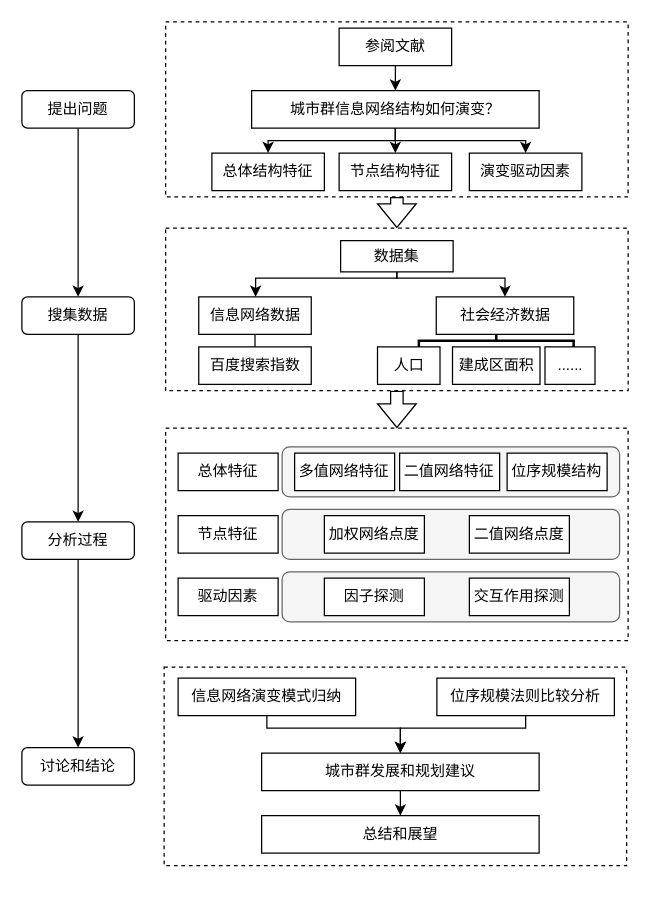
The draw.io diagram 0415.drawio in PhysicsZhang/KnowledgeGraph, before the edit. Source tidied: cells renumbered, new cells numbered last; positions are measured from the earlier drawing's top-left corner, leaving out a move shared by most shapes. Both pictures are drawn from the tidied source at 125%, with x=0, y=0 at pixel (21, 21).
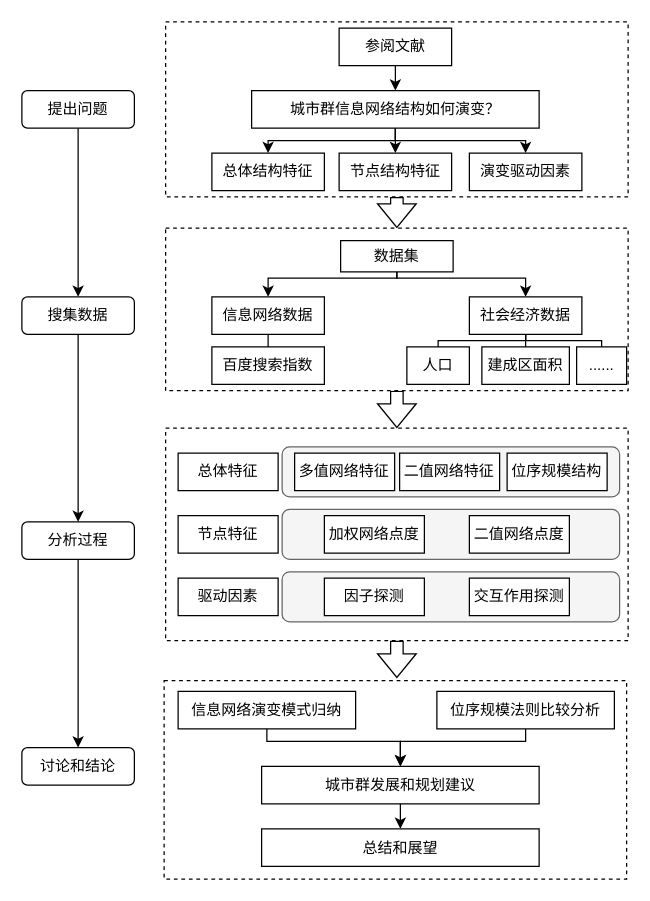
Above is the later version.

Unchanged cells that the change refers to:
```xml
<mxCell id="2" style="rounded=0;whiteSpace=wrap;html=1;dashed=1;" parent="1" vertex="1">
  <mxGeometry x="115" y="325" width="370" height="170" as="geometry" />
</mxCell>
<mxCell id="25" value="数据集" style="rounded=0;whiteSpace=wrap;html=1;" parent="1" vertex="1">
  <mxGeometry x="255" y="175" width="90" height="25" as="geometry" />
</mxCell>
```

The edit, as a diff of the source:
```diff
@@
+    <mxCell id="24" style="edgeStyle=orthogonalEdgeStyle;rounded=0;jettySize=auto;html=1;exitX=0.5;exitY=1;exitDx=0;exitDy=0;entryX=0.5;entryY=0;entryDx=0;entryDy=0;" parent="1" edge="1" source="25" target="28">
+      <mxGeometry relative="1" as="geometry">
+        <Array as="points">
+          <mxPoint x="300" y="205" />
+          <mxPoint x="403" y="205" />
+        </Array>
+      </mxGeometry>
+    </mxCell>
     <mxCell id="23" style="edgeStyle=orthogonalEdgeStyle;rounded=0;jettySize=auto;html=1;exitX=0.5;exitY=1;exitDx=0;exitDy=0;" parent="1" edge="1" source="25" target="27">
       <mxGeometry relative="1" as="geometry">
         <Array as="points">
           <mxPoint x="300" y="205" />
-          <mxPoint x="187" y="205" />
+          <mxPoint x="197" y="205" />
         </Array>
       </mxGeometry>
     </mxCell>
-    <mxCell id="24" style="edgeStyle=orthogonalEdgeStyle;rounded=0;jettySize=auto;html=1;exitX=0.5;exitY=1;exitDx=0;exitDy=0;entryX=0.5;entryY=0;entryDx=0;entryDy=0;" parent="1" edge="1" source="25" target="28">
-      <mxGeometry relative="1" as="geometry">
-        <Array as="points">
-          <mxPoint x="300" y="205" />
-          <mxPoint x="387" y="205" />
-        </Array>
-      </mxGeometry>
-    </mxCell>
@@
     <mxCell id="27" value="信息网络数据" style="rounded=0;whiteSpace=wrap;html=1;" parent="1" vertex="1">
-      <mxGeometry x="141.5" y="220" width="90" height="30" as="geometry" />
+      <mxGeometry x="152" y="220" width="90" height="30" as="geometry" />
     </mxCell>
+    <mxCell id="55" style="edgeStyle=orthogonalEdgeStyle;rounded=0;jettySize=auto;html=1;exitX=0.5;exitY=1;exitDx=0;exitDy=0;entryX=0.5;entryY=0;entryDx=0;entryDy=0;endArrow=none;endFill=0;" parent="1" edge="1" source="28" target="31">
+      <mxGeometry relative="1" as="geometry" />
+    </mxCell>
+    <mxCell id="56" style="edgeStyle=orthogonalEdgeStyle;rounded=0;jettySize=auto;html=1;exitX=0.5;exitY=1;exitDx=0;exitDy=0;entryX=0.5;entryY=0;entryDx=0;entryDy=0;endArrow=none;endFill=0;" parent="1" edge="1" source="28" target="32">
+      <mxGeometry relative="1" as="geometry">
+        <Array as="points">
+          <mxPoint x="403" y="255" />
+          <mxPoint x="464" y="255" />
+        </Array>
+      </mxGeometry>
+    </mxCell>
+    <mxCell id="57" style="edgeStyle=orthogonalEdgeStyle;rounded=0;jettySize=auto;html=1;exitX=0.5;exitY=1;exitDx=0;exitDy=0;entryX=0.5;entryY=0;entryDx=0;entryDy=0;endArrow=none;endFill=0;" parent="1" edge="1" source="28" target="30">
+      <mxGeometry relative="1" as="geometry">
+        <Array as="points">
+          <mxPoint x="403" y="255" />
+          <mxPoint x="333" y="255" />
+        </Array>
+      </mxGeometry>
+    </mxCell>
     <mxCell id="28" value="社会经济数据" style="rounded=0;whiteSpace=wrap;html=1;" parent="1" vertex="1">
-      <mxGeometry x="331.5" y="220" width="110" height="30" as="geometry" />
+      <mxGeometry x="358" y="220" width="90" height="30" as="geometry" />
     </mxCell>
     <mxCell id="29" value="百度搜索指数" style="rounded=0;whiteSpace=wrap;html=1;" parent="1" vertex="1">
-      <mxGeometry x="141.5" y="260" width="90" height="30" as="geometry" />
+      <mxGeometry x="152" y="260" width="90" height="30" as="geometry" />
     </mxCell>
     <mxCell id="30" value="人口" style="rounded=0;whiteSpace=wrap;html=1;" parent="1" vertex="1">
-      <mxGeometry x="284.5" y="260" width="50" height="30" as="geometry" />
+      <mxGeometry x="308" y="260" width="50" height="30" as="geometry" />
     </mxCell>
     <mxCell id="31" value="建成区面积" style="rounded=0;whiteSpace=wrap;html=1;" parent="1" vertex="1">
-      <mxGeometry x="344.5" y="260" width="70" height="30" as="geometry" />
+      <mxGeometry x="368" y="260" width="70" height="30" as="geometry" />
     </mxCell>
     <mxCell id="32" value="......" style="rounded=0;whiteSpace=wrap;html=1;" parent="1" vertex="1">
-      <mxGeometry x="418.5" y="260" width="40" height="30" as="geometry" />
+      <mxGeometry x="443.8" y="260" width="40" height="30" as="geometry" />
     </mxCell>
-    <mxCell id="33" style="strokeWidth=2;html=1;shape=mxgraph.flowchart.annotation_2;align=left;labelPosition=right;rotation=90;" parent="1" vertex="1">
-      <mxGeometry x="374.5" y="193.1" width="10" height="123.8" as="geometry" />
-    </mxCell>
@@
     <mxCell id="35" style="rounded=0;whiteSpace=wrap;html=1;dashed=1;" parent="1" vertex="1">
-      <mxGeometry x="113.8" y="516.2" width="370" height="158.8" as="geometry" />
+      <mxGeometry x="113.8" y="526.9" width="370" height="158.8" as="geometry" />
     </mxCell>
     <mxCell id="36" style="edgeStyle=orthogonalEdgeStyle;rounded=0;jettySize=auto;html=1;exitX=0.5;exitY=1;exitDx=0;exitDy=0;entryX=0.5;entryY=0;entryDx=0;entryDy=0;" parent="1" edge="1" source="37" target="39">
       <mxGeometry relative="1" as="geometry">
         <Array as="points">
-          <mxPoint x="196" y="565" />
-          <mxPoint x="303" y="565" />
+          <mxPoint x="196" y="575.6" />
+          <mxPoint x="303" y="575.6" />
         </Array>
       </mxGeometry>
     </mxCell>
     <mxCell id="37" value="信息网络演变模式归纳" style="rounded=0;whiteSpace=wrap;html=1;" parent="1" vertex="1">
-      <mxGeometry x="125" y="525" width="142" height="30" as="geometry" />
+      <mxGeometry x="125" y="535.6" width="142" height="30" as="geometry" />
     </mxCell>
@@
     <mxCell id="39" value="城市群发展和规划建议" style="rounded=0;whiteSpace=wrap;html=1;" parent="1" vertex="1">
-      <mxGeometry x="191.8" y="585" width="222" height="30" as="geometry" />
+      <mxGeometry x="191.8" y="595.6" width="222" height="30" as="geometry" />
     </mxCell>
@@
     <mxCell id="52" style="edgeStyle=orthogonalEdgeStyle;rounded=0;jettySize=auto;html=1;exitX=0.5;exitY=1;exitDx=0;exitDy=0;entryX=0.5;entryY=0;entryDx=0;entryDy=0;" parent="1" edge="1" source="53" target="39">
       <mxGeometry relative="1" as="geometry">
         <Array as="points">
-          <mxPoint x="403" y="565" />
-          <mxPoint x="303" y="565" />
+          <mxPoint x="403" y="575.6" />
+          <mxPoint x="303" y="575.6" />
         </Array>
       </mxGeometry>
     </mxCell>
     <mxCell id="53" value="位序规模法则比较分析" style="rounded=0;whiteSpace=wrap;html=1;" parent="1" vertex="1">
-      <mxGeometry x="332" y="525" width="142" height="30" as="geometry" />
+      <mxGeometry x="332" y="535.6" width="142" height="30" as="geometry" />
     </mxCell>
     <mxCell id="54" value="总结和展望" style="rounded=0;whiteSpace=wrap;html=1;" parent="1" vertex="1">
-      <mxGeometry x="191.8" y="635" width="222" height="30" as="geometry" />
+      <mxGeometry x="191.8" y="645.6" width="222" height="30" as="geometry" />
     </mxCell>
+    <mxCell id="58" style="shape=flexArrow;endArrow=classic;html=1;rounded=0;exitX=0.5;exitY=1;exitDx=0;exitDy=0;" parent="1" edge="1" source="2">
+      <mxGeometry relative="1" as="geometry">
+        <mxPoint x="300" y="525" as="targetPoint" />
+      </mxGeometry>
+    </mxCell>
```
